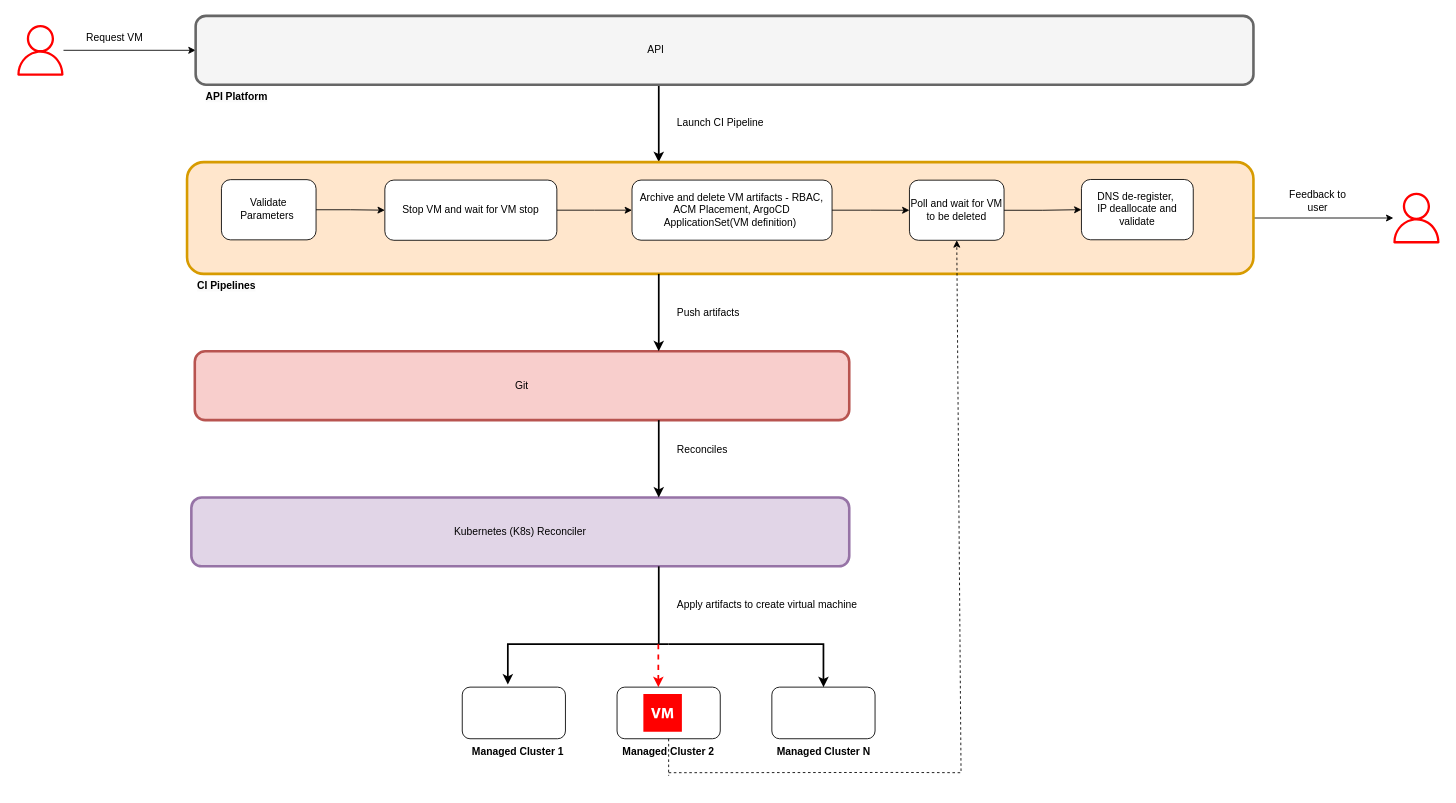
This is images/vm-deprovision-hld-flow-dev-hub-01.drawio.xml from sumantripuraneni/openshift-virt-vm-automation, a draw.io file, before an edit. Source tidied: cells renumbered, new cells numbered last; positions are measured from the earlier drawing's top-left corner, leaving out a move shared by most shapes. Both pictures are drawn from the tidied source at 86%, with x=0, y=0 at pixel (15, 15).
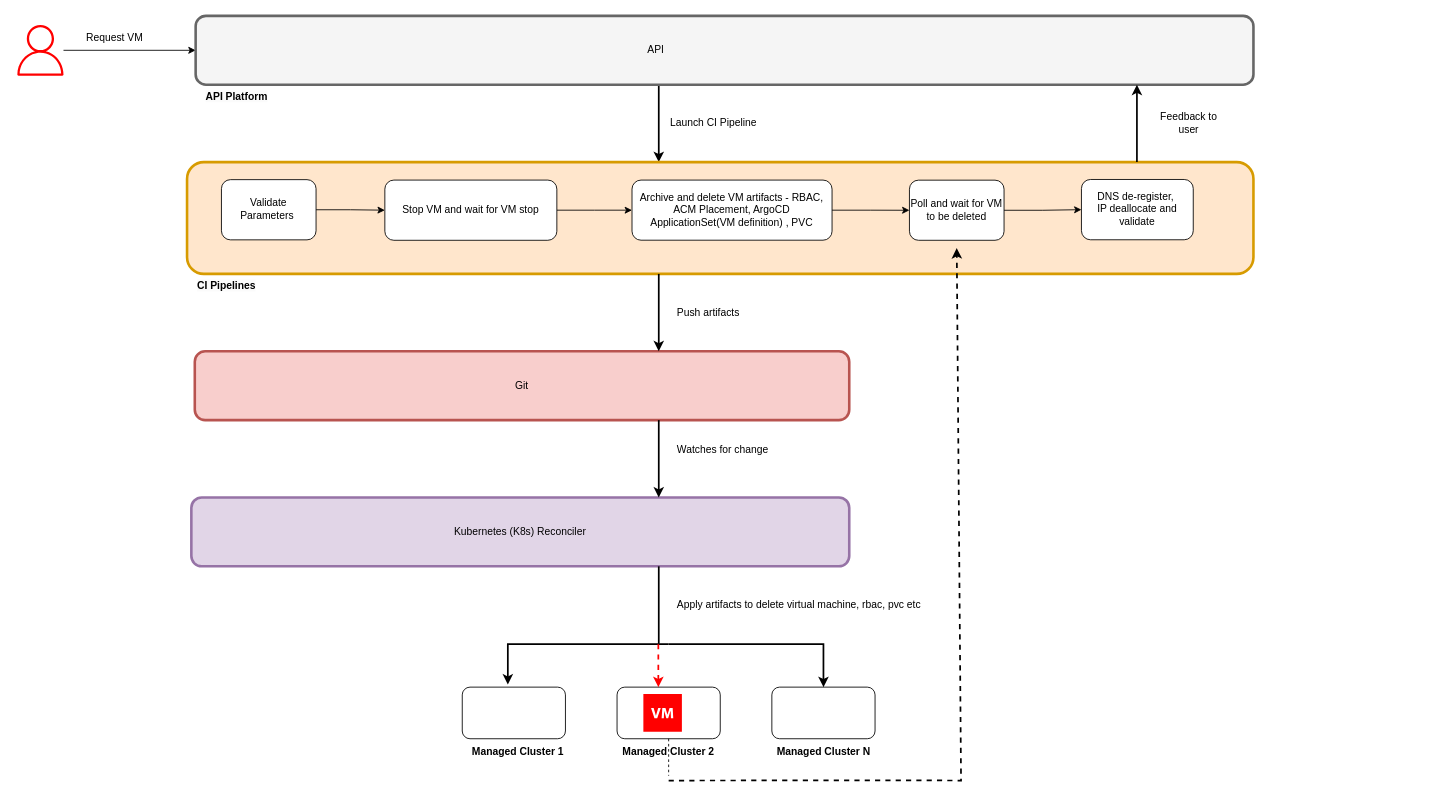
The same diagram, later.

The change refers to these unchanged cells:
```xml
<mxCell id="8" style="rounded=1;whiteSpace=wrap;html=1;strokeWidth=3;strokeColor=#d79b00;fillColor=#ffe6cc;" parent="1" vertex="1">
  <mxGeometry x="200" y="170" width="1240" height="130" as="geometry" />
</mxCell>
<mxCell id="18" value="Poll and wait for VM to be deleted" style="rounded=1;whiteSpace=wrap;html=1;" parent="1" vertex="1">
  <mxGeometry x="1040" y="191" width="110" height="69.9" as="geometry" />
</mxCell>
```

Change to the diagram source:
```diff
@@
-    <mxCell id="7" style="edgeStyle=orthogonalEdgeStyle;rounded=0;jettySize=auto;html=1;" parent="1" edge="1" source="8" target="36">
-      <mxGeometry relative="1" as="geometry" />
-    </mxCell>
@@
-    <mxCell id="15" value="Archive and delete VM artifacts - RBAC, ACM Placement, ArgoCD ApplicationSet(VM definition)&amp;nbsp;" style="rounded=1;whiteSpace=wrap;html=1;" parent="1" vertex="1">
+    <mxCell id="15" value="Archive and delete VM artifacts - RBAC, ACM Placement, ArgoCD ApplicationSet(VM definition) , PVC" style="rounded=1;whiteSpace=wrap;html=1;" parent="1" vertex="1">
       <mxGeometry x="717.4" y="190.9" width="232.6" height="69.9" as="geometry" />
     </mxCell>
     <mxCell id="16" value="Launch CI Pipeline" style="text;html=1;align=left;verticalAlign=middle;whiteSpace=wrap;rounded=0;" parent="1" vertex="1">
-      <mxGeometry x="767.5" y="110" width="180" height="30" as="geometry" />
+      <mxGeometry x="760" y="110" width="177.5" height="30" as="geometry" />
     </mxCell>
@@
-    <mxCell id="34" value="Reconciles" style="text;html=1;align=left;verticalAlign=middle;whiteSpace=wrap;rounded=0;" parent="1" vertex="1">
+    <mxCell id="34" value="Watches for change&amp;nbsp;" style="text;html=1;align=left;verticalAlign=middle;whiteSpace=wrap;rounded=0;" parent="1" vertex="1">
       <mxGeometry x="767.5" y="490" width="180" height="30" as="geometry" />
     </mxCell>
-    <mxCell id="35" value="Apply artifacts to create virtual machine" style="text;html=1;align=left;verticalAlign=middle;strokeColor=none;fillColor=none;" parent="1" vertex="1">
-      <mxGeometry x="767.5" y="670" width="230" height="30" as="geometry" />
+    <mxCell id="35" value="Apply artifacts to delete virtual machine, rbac, pvc etc" style="text;html=1;align=left;verticalAlign=middle;strokeColor=none;fillColor=none;" parent="1" vertex="1">
+      <mxGeometry x="767.5" y="670" width="310" height="30" as="geometry" />
     </mxCell>
-    <mxCell id="36" style="sketch=0;outlineConnect=0;fontColor=#232F3E;gradientColor=none;fillColor=#FF0000;strokeColor=none;dashed=0;verticalLabelPosition=bottom;verticalAlign=top;align=center;html=1;fontSize=12;fontStyle=0;shape=mxgraph.aws4.user;" parent="1" vertex="1">
-      <mxGeometry x="1600" y="205.5" width="59" height="59" as="geometry" />
-    </mxCell>
     <mxCell id="37" value="Feedback to user" style="text;html=1;align=center;verticalAlign=middle;whiteSpace=wrap;rounded=0;" parent="1" vertex="1">
-      <mxGeometry x="1480" y="200" width="70" height="30" as="geometry" />
+      <mxGeometry x="1330" y="110" width="70" height="30" as="geometry" />
     </mxCell>
@@
-    <mxCell id="40" style="endArrow=classic;html=1;rounded=0;entryX=0.5;entryY=1;entryDx=0;entryDy=0;dashed=1;" parent="1" edge="1" target="18">
-      <mxGeometry relative="1" as="geometry">
-        <mxPoint x="760" y="880" as="sourcePoint" />
-        <Array as="points">
-          <mxPoint x="1030" y="879.7" />
-          <mxPoint x="1100" y="880" />
-        </Array>
-      </mxGeometry>
-    </mxCell>
@@
+    <mxCell id="44" style="edgeStyle=orthogonalEdgeStyle;rounded=0;orthogonalLoop=1;jettySize=auto;html=1;entryX=0.5;entryY=0;entryDx=0;entryDy=0;strokeWidth=2;" parent="1" edge="1">
+      <mxGeometry relative="1" as="geometry">
+        <mxPoint x="1304.5" y="170" as="sourcePoint" />
+        <mxPoint x="1304.5" y="80" as="targetPoint" />
+      </mxGeometry>
+    </mxCell>
+    <mxCell id="40" style="endArrow=classic;html=1;rounded=0;entryX=0.5;entryY=1;entryDx=0;entryDy=0;dashed=1;strokeWidth=2;" parent="1" edge="1">
+      <mxGeometry relative="1" as="geometry">
+        <mxPoint x="760" y="889.1" as="sourcePoint" />
+        <mxPoint x="1095" y="270" as="targetPoint" />
+        <Array as="points">
+          <mxPoint x="1030" y="888.9" />
+          <mxPoint x="1100" y="889.1" />
+        </Array>
+      </mxGeometry>
+    </mxCell>
```
